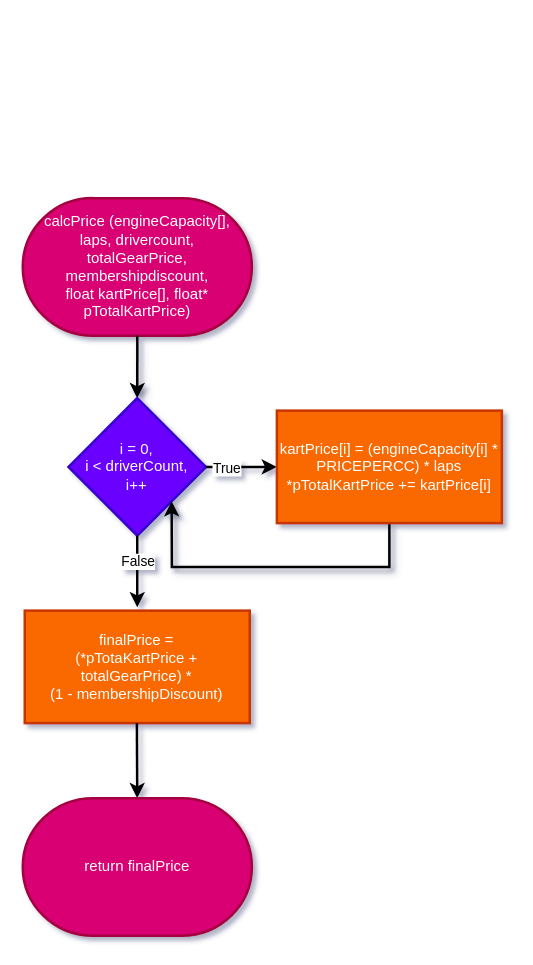
Above: Flowcharts (draw.io)/22. calculatePrice.drawio in shahxvi/csc126-group-project (draw.io), before the change. Source tidied: cells renumbered, new cells numbered last; positions are measured from the earlier drawing's top-left corner, leaving out a move shared by most shapes. Both pictures are drawn from the tidied source at 125%, with x=0, y=0 at pixel (22, 198).
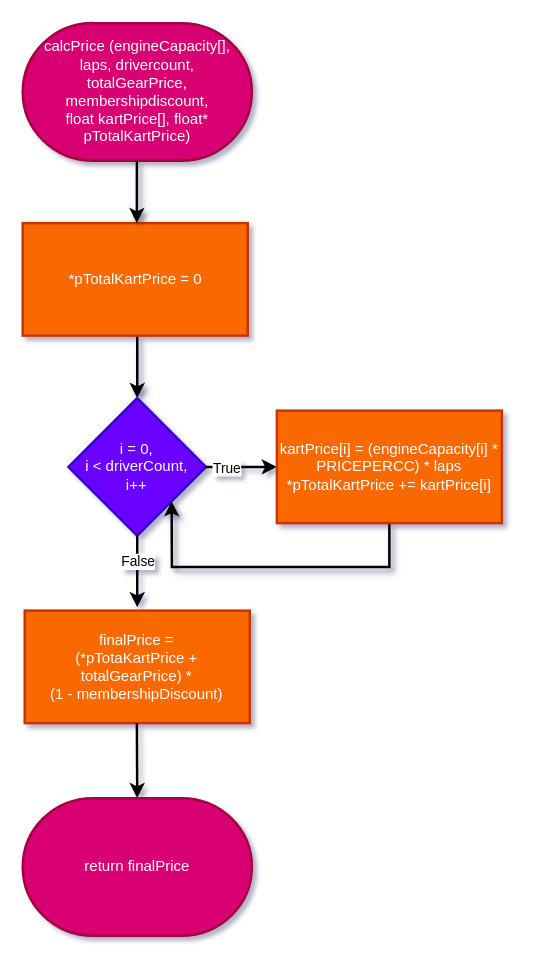
The same page after the edit.

What changed in the source:
```diff
@@
     <mxCell id="2" value="calcPrice (engineCapacity[],&lt;br&gt;laps, drivercount,&lt;br&gt;totalGearPrice, membershipdiscount,&lt;br&gt;float kartPrice[], float* pTotalKartPrice)" style="strokeWidth=2;html=1;shape=mxgraph.flowchart.terminator;whiteSpace=wrap;fillColor=#d80073;fontColor=#ffffff;strokeColor=#A50040;" parent="1" vertex="1">
-      <mxGeometry x="-0.3" width="183.3" height="110" as="geometry" />
+      <mxGeometry x="-0.3" y="-140" width="183.3" height="110" as="geometry" />
     </mxCell>
-    <mxCell id="3" style="edgeStyle=none;html=1;strokeWidth=2;shadow=1;entryX=0.5;entryY=0;entryDx=0;entryDy=0;exitX=0.5;exitY=1;exitDx=0;exitDy=0;exitPerimeter=0;" parent="1" edge="1" source="2">
+    <mxCell id="3" style="edgeStyle=none;html=1;strokeWidth=2;shadow=1;entryX=0.5;entryY=0;entryDx=0;entryDy=0;exitX=0.5;exitY=1;exitDx=0;exitDy=0;exitPerimeter=0;" parent="1" edge="1">
       <mxGeometry relative="1" as="geometry">
+        <mxPoint x="91.3" y="110" as="sourcePoint" />
         <mxPoint x="91.3" y="160" as="targetPoint" />
       </mxGeometry>
     </mxCell>
@@
+    <mxCell id="14" value="*pTotalKartPrice = 0" style="whiteSpace=wrap;html=1;strokeWidth=2;fillColor=#fa6800;fontColor=#FFFFFF;strokeColor=#C73500;" parent="1" vertex="1">
+      <mxGeometry x="-0.3" y="20" width="180" height="90" as="geometry" />
+    </mxCell>
+    <mxCell id="15" style="edgeStyle=none;html=1;strokeWidth=2;shadow=1;entryX=0.5;entryY=0;entryDx=0;entryDy=0;exitX=0.5;exitY=1;exitDx=0;exitDy=0;exitPerimeter=0;" parent="1" edge="1">
+      <mxGeometry relative="1" as="geometry">
+        <mxPoint x="91" y="-30" as="sourcePoint" />
+        <mxPoint x="91" y="20" as="targetPoint" />
+      </mxGeometry>
+    </mxCell>
```
